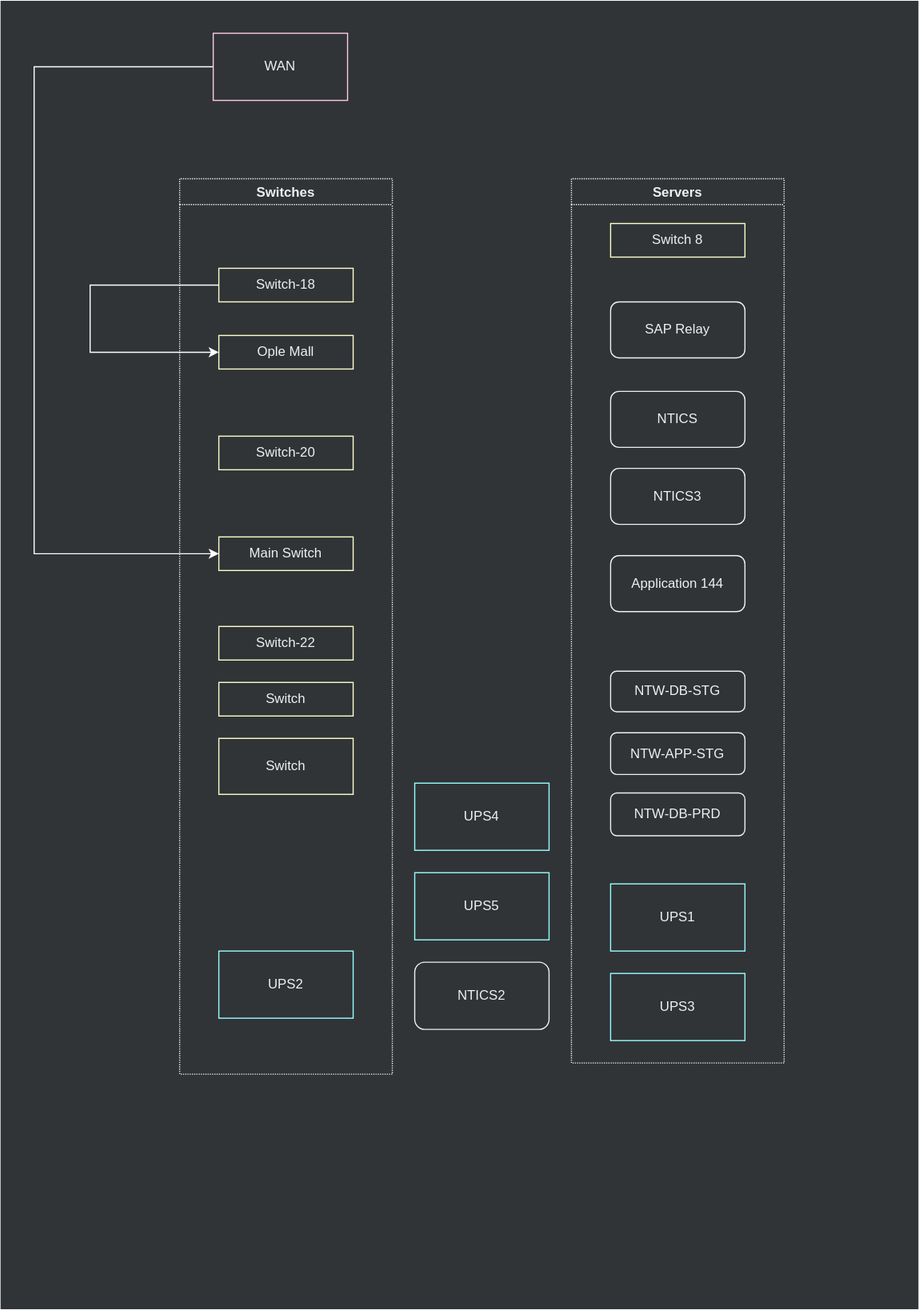
Earlier version of the draw.io export assets/.draw.io/references/cypress-lan-structure-diagram.svg (jiholee-ntwglobal/jiholee-ntwglobal.github.io). Source tidied: cells renumbered, new cells last; positions are measured from the earlier drawing's top-left corner, leaving out a move shared by most shapes.
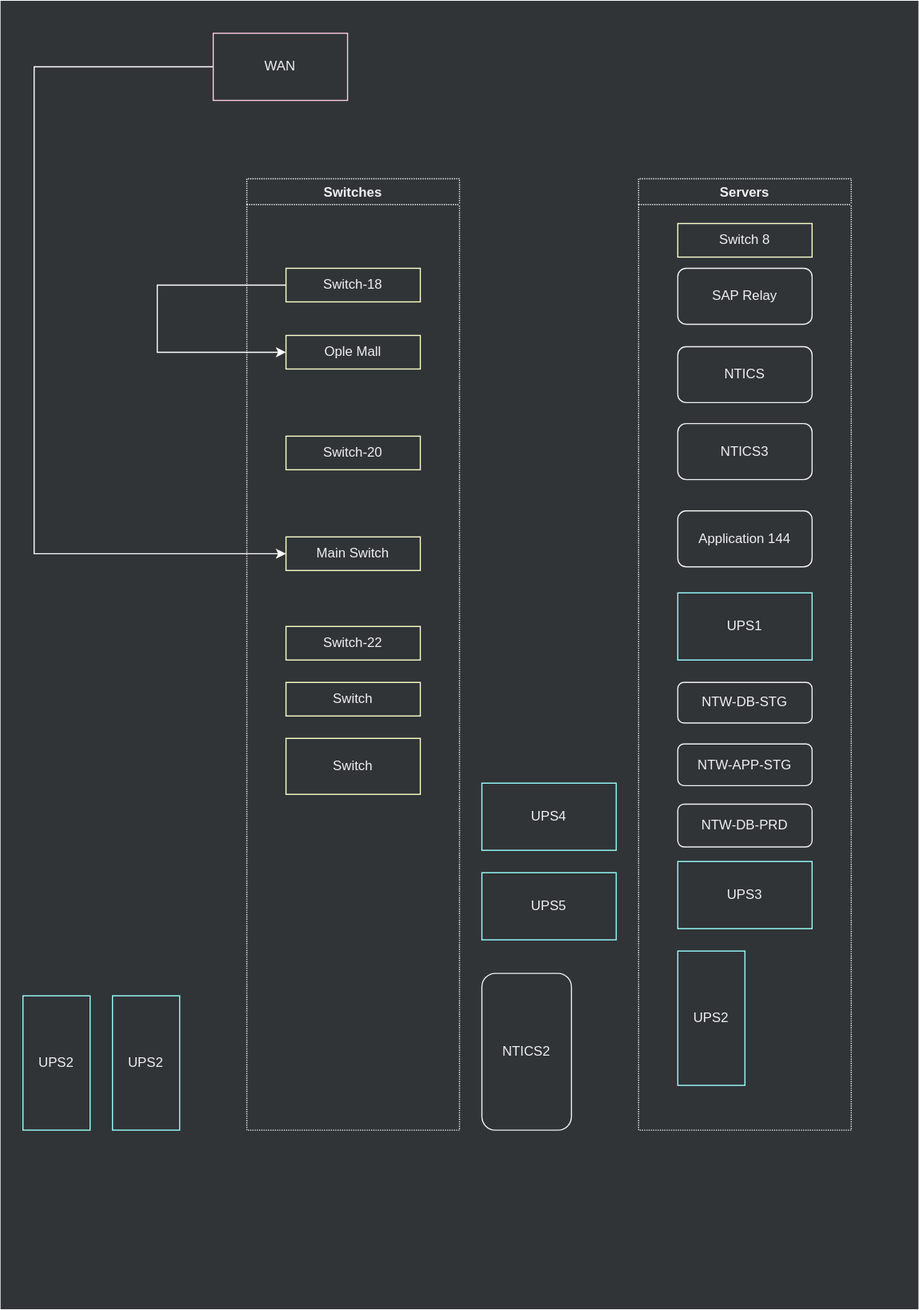
The same diagram one commit later.

The edit, as a diff of the source:
```diff
@@ -3,10 +3,10 @@
     <mxCell id="0" />
     <mxCell id="1" parent="0" />
     <mxCell id="2" style="rounded=0;whiteSpace=wrap;html=1;fillColor=#303437;strokeColor=none;" parent="1" vertex="1">
-      <mxGeometry width="820" height="1169" as="geometry" />
+      <mxGeometry x="-60" width="820" height="1169" as="geometry" />
     </mxCell>
     <mxCell id="3" value="Switches" style="swimlane;rounded=0;strokeColor=#F0F0F0;fontColor=#F0F0F0;dashed=1;dashPattern=1 1;fillColor=#303437;swimlaneFillColor=#303437;" parent="1" vertex="1">
-      <mxGeometry x="160" y="159" width="190" height="800" as="geometry" />
+      <mxGeometry x="160" y="159" width="190" height="850" as="geometry" />
     </mxCell>
     <mxCell id="4" style="edgeStyle=orthogonalEdgeStyle;rounded=0;jettySize=auto;html=1;exitX=0;exitY=0.5;exitDx=0;exitDy=0;fillColor=#60a917;strokeColor=#FFFFFF;entryX=0;entryY=0.5;entryDx=0;entryDy=0;" parent="3" edge="1" source="5" target="6">
       <mxGeometry relative="1" as="geometry">
@@ -34,47 +34,47 @@
     <mxCell id="10" value="Switch" style="rounded=0;whiteSpace=wrap;html=1;fillColor=none;fontColor=#F0F0F0;strokeColor=#FFFFCC;" parent="3" vertex="1">
       <mxGeometry x="35" y="450" width="120" height="30" as="geometry" />
     </mxCell>
-    <mxCell id="11" value="UPS2" style="rounded=0;whiteSpace=wrap;html=1;fillColor=none;fontColor=#F0F0F0;strokeColor=#99FFFF;" parent="3" vertex="1">
-      <mxGeometry x="35" y="690" width="120" height="60" as="geometry" />
-    </mxCell>
     <mxCell id="12" value="Switch" style="rounded=0;whiteSpace=wrap;html=1;fillColor=none;fontColor=#F0F0F0;strokeColor=#FFFFCC;" parent="3" vertex="1">
       <mxGeometry x="35" y="500" width="120" height="50" as="geometry" />
     </mxCell>
     <mxCell id="13" value="Servers" style="swimlane;rounded=0;strokeColor=#F0F0F0;fontColor=#F0F0F0;dashed=1;dashPattern=1 1;swimlaneFillColor=#303437;fillColor=#303437;" parent="1" vertex="1">
-      <mxGeometry x="510" y="159" width="190" height="790" as="geometry" />
+      <mxGeometry x="510" y="159" width="190" height="850" as="geometry" />
     </mxCell>
     <mxCell id="14" value="NTICS" style="rounded=1;whiteSpace=wrap;html=1;strokeColor=#F0F0F0;fillColor=none;fontColor=#F0F0F0;" parent="13" vertex="1">
-      <mxGeometry x="35" y="190" width="120" height="50" as="geometry" />
+      <mxGeometry x="35" y="150" width="120" height="50" as="geometry" />
     </mxCell>
     <mxCell id="15" value="NTICS3" style="rounded=1;whiteSpace=wrap;html=1;strokeColor=#F0F0F0;fillColor=none;fontColor=#F0F0F0;" parent="13" vertex="1">
-      <mxGeometry x="35" y="258.8" width="120" height="50" as="geometry" />
+      <mxGeometry x="35" y="218.8" width="120" height="50" as="geometry" />
     </mxCell>
     <mxCell id="16" value="SAP Relay" style="rounded=1;whiteSpace=wrap;html=1;strokeColor=#F0F0F0;fillColor=none;fontColor=#F0F0F0;" parent="13" vertex="1">
-      <mxGeometry x="35" y="110" width="120" height="50" as="geometry" />
+      <mxGeometry x="35" y="80" width="120" height="50" as="geometry" />
     </mxCell>
     <mxCell id="17" value="Application 144" style="rounded=1;whiteSpace=wrap;html=1;strokeColor=#F0F0F0;fillColor=none;fontColor=#F0F0F0;" parent="13" vertex="1">
-      <mxGeometry x="35" y="336.8" width="120" height="50" as="geometry" />
+      <mxGeometry x="35" y="296.8" width="120" height="50" as="geometry" />
     </mxCell>
     <mxCell id="18" value="NTW-DB-STG" style="rounded=1;whiteSpace=wrap;html=1;strokeColor=#F0F0F0;fillColor=none;fontColor=#F0F0F0;" parent="13" vertex="1">
-      <mxGeometry x="35" y="440" width="120" height="36.2" as="geometry" />
+      <mxGeometry x="35" y="450" width="120" height="36.2" as="geometry" />
     </mxCell>
     <mxCell id="19" value="NTW-APP-STG" style="rounded=1;whiteSpace=wrap;html=1;strokeColor=#F0F0F0;fillColor=none;fontColor=#F0F0F0;" parent="13" vertex="1">
-      <mxGeometry x="35" y="495" width="120" height="37.2" as="geometry" />
+      <mxGeometry x="35" y="505" width="120" height="37.2" as="geometry" />
     </mxCell>
     <mxCell id="20" value="NTW-DB-PRD" style="rounded=1;whiteSpace=wrap;html=1;strokeColor=#F0F0F0;fillColor=none;fontColor=#F0F0F0;" parent="13" vertex="1">
-      <mxGeometry x="35" y="548.8" width="120" height="38.2" as="geometry" />
+      <mxGeometry x="35" y="558.8" width="120" height="38.2" as="geometry" />
     </mxCell>
     <mxCell id="21" value="UPS1" style="rounded=0;whiteSpace=wrap;html=1;fillColor=none;fontColor=#F0F0F0;strokeColor=#99FFFF;" parent="13" vertex="1">
-      <mxGeometry x="35" y="630" width="120" height="60" as="geometry" />
+      <mxGeometry x="35" y="370" width="120" height="60" as="geometry" />
     </mxCell>
     <mxCell id="22" value="UPS3" style="rounded=0;whiteSpace=wrap;html=1;fillColor=none;fontColor=#F0F0F0;strokeColor=#99FFFF;" parent="13" vertex="1">
-      <mxGeometry x="35" y="710" width="120" height="60" as="geometry" />
+      <mxGeometry x="35" y="610" width="120" height="60" as="geometry" />
     </mxCell>
     <mxCell id="23" value="Switch 8" style="rounded=0;whiteSpace=wrap;html=1;fillColor=none;fontColor=#F0F0F0;strokeColor=#FFFFCC;" parent="13" vertex="1">
       <mxGeometry x="35" y="40" width="120" height="30" as="geometry" />
     </mxCell>
+    <mxCell id="29" value="UPS2" style="rounded=0;whiteSpace=wrap;html=1;fillColor=none;fontColor=#F0F0F0;strokeColor=#99FFFF;" parent="13" vertex="1">
+      <mxGeometry x="35" y="690" width="60" height="120" as="geometry" />
+    </mxCell>
     <mxCell id="24" value="NTICS2" style="rounded=1;whiteSpace=wrap;html=1;strokeColor=#F0F0F0;fillColor=none;fontColor=#F0F0F0;" parent="1" vertex="1">
-      <mxGeometry x="370" y="859" width="120" height="60" as="geometry" />
+      <mxGeometry x="370" y="869" width="80" height="140" as="geometry" />
     </mxCell>
     <mxCell id="25" value="UPS4" style="rounded=0;whiteSpace=wrap;html=1;fillColor=none;fontColor=#F0F0F0;strokeColor=#99FFFF;" parent="1" vertex="1">
       <mxGeometry x="370" y="699" width="120" height="60" as="geometry" />
@@ -85,13 +85,19 @@
     <mxCell id="27" style="edgeStyle=orthogonalEdgeStyle;rounded=0;jettySize=auto;html=1;entryX=0;entryY=0.5;entryDx=0;entryDy=0;strokeColor=#FFFFFF;" parent="1" edge="1" source="28" target="8">
       <mxGeometry relative="1" as="geometry">
         <Array as="points">
-          <mxPoint x="30" y="59" />
-          <mxPoint x="30" y="494" />
+          <mxPoint x="-30" y="59" />
+          <mxPoint x="-30" y="494" />
         </Array>
       </mxGeometry>
     </mxCell>
     <mxCell id="28" value="WAN" style="rounded=0;whiteSpace=wrap;html=1;fillColor=none;fontColor=#F0F0F0;strokeColor=#FFCCE6;" parent="1" vertex="1">
-      <mxGeometry x="190" y="29" width="120" height="60" as="geometry" />
+      <mxGeometry x="130" y="29" width="120" height="60" as="geometry" />
     </mxCell>
+    <mxCell id="11" value="UPS2" style="rounded=0;whiteSpace=wrap;html=1;fillColor=none;fontColor=#F0F0F0;strokeColor=#99FFFF;" parent="1" vertex="1">
+      <mxGeometry x="-40" y="889" width="60" height="120" as="geometry" />
+    </mxCell>
+    <mxCell id="30" value="UPS2" style="rounded=0;whiteSpace=wrap;html=1;fillColor=none;fontColor=#F0F0F0;strokeColor=#99FFFF;" parent="1" vertex="1">
+      <mxGeometry x="40" y="889" width="60" height="120" as="geometry" />
+    </mxCell>
   </root>
 </mxGraphModel>
```
